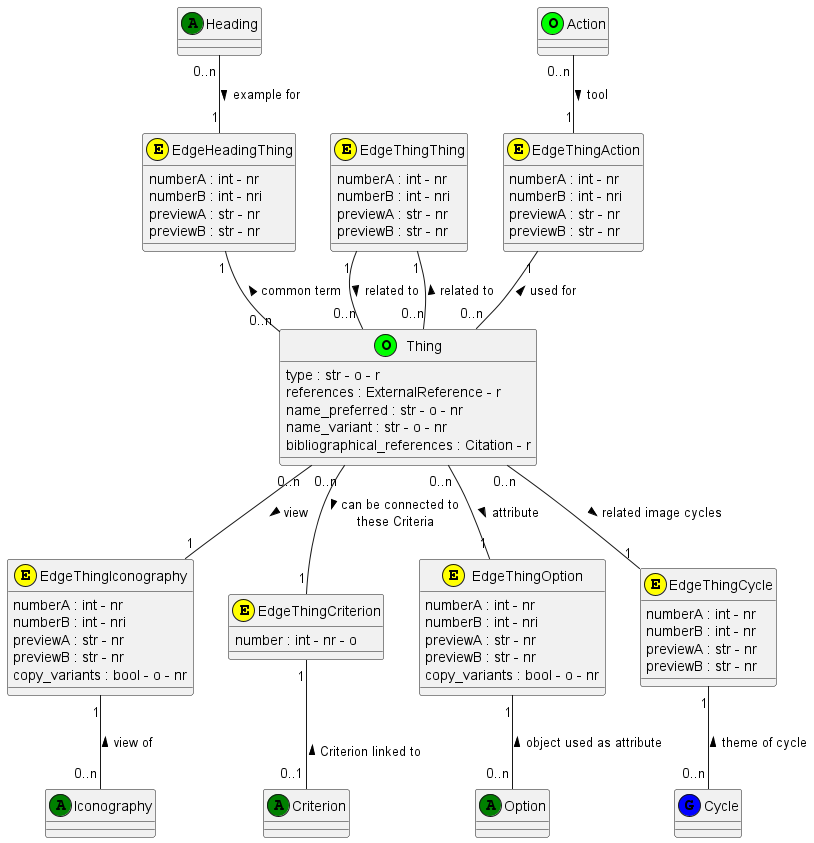
tmasch/bpf_be keeps this PlantUML diagram as documentation/class_diagrams/Thing.png. Above is the earlier version.
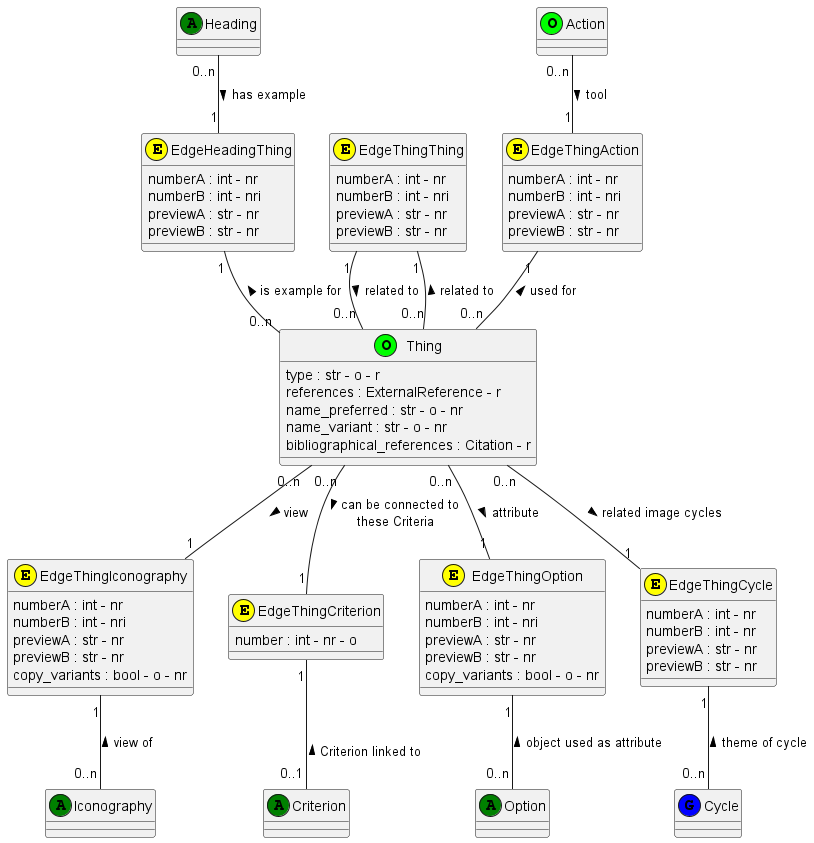
The same file after the commit.

Diff of the diagram source:
```diff
@@ -61,8 +61,8 @@
 EdgeThingCycle : previewA : str - nr
 EdgeThingCycle : previewB : str - nr
 
-Heading "0..n" -- "1" EdgeHeadingThing: example for >
-EdgeHeadingThing "1" -- "0..n" Thing: common term <
+Heading "0..n" -- "1" EdgeHeadingThing: has example >
+EdgeHeadingThing "1" -- "0..n" Thing: is example for <
 
 EdgeThingThing "1" -- "0..n" Thing : related to >
 EdgeThingThing "1" -- "0..n" Thing : related to <
```
